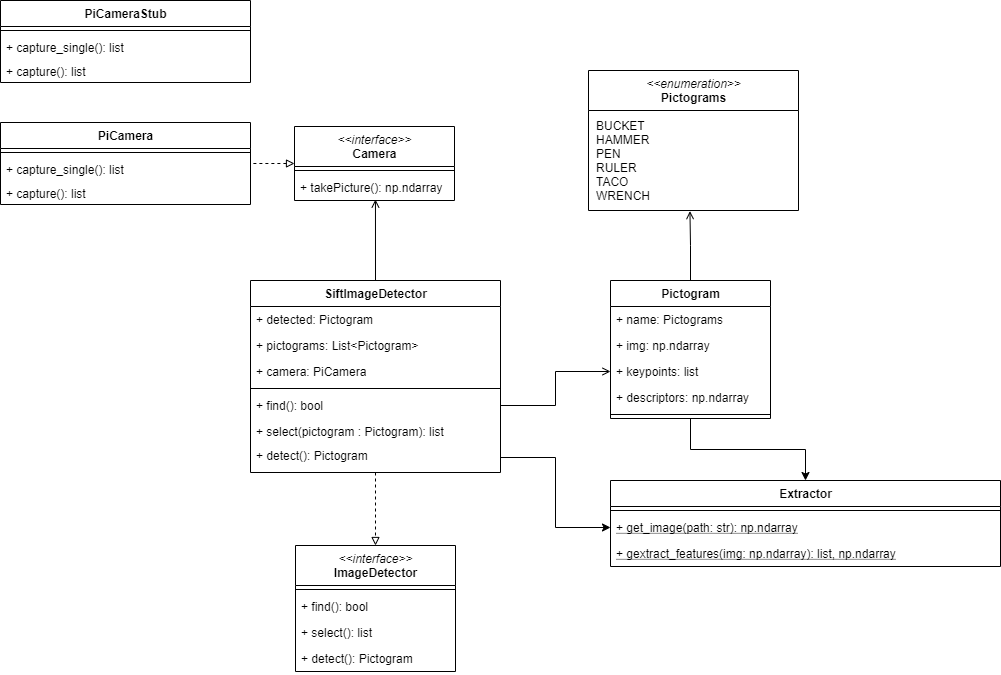
Before: img/softwarearchitektur/UML-FeatureMatchingImageDetector.png, a diagram exported from draw.io (randombenj/hslu-pren2-doc). Source tidied: cells renumbered, new cells last; positions are measured from the earlier drawing's top-left corner, leaving out a move shared by most shapes.
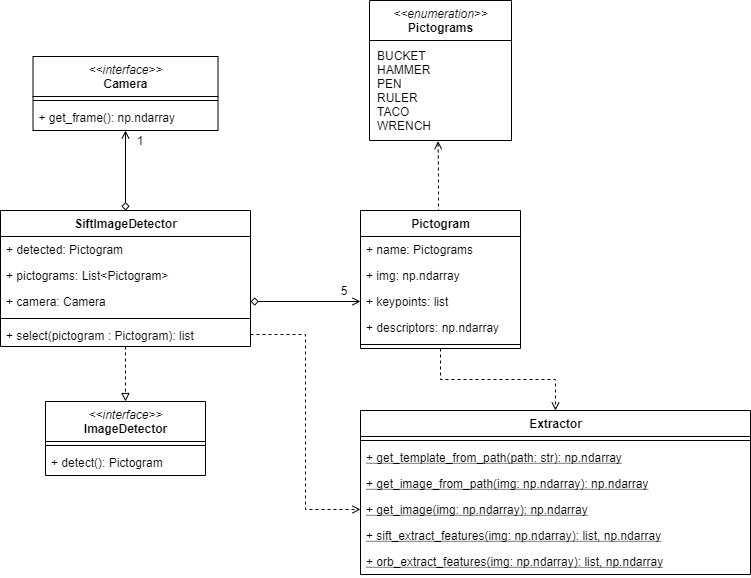
Above is the later version.

The edit, as a diff of the source:
```diff
@@ -3,40 +3,31 @@
     <mxCell id="0" />
     <mxCell id="1" parent="0" />
     <mxCell id="2" value="&amp;lt;&amp;lt;interface&amp;gt;&amp;gt;&lt;br&gt;&lt;span style=&quot;font-style: normal&quot;&gt;&lt;b&gt;ImageDetector&lt;/b&gt;&lt;/span&gt;" style="swimlane;fontStyle=2;align=center;verticalAlign=top;horizontal=1;startSize=40;html=1;" parent="1" vertex="1">
-      <mxGeometry x="295" y="545" width="160" height="126" as="geometry" />
+      <mxGeometry x="295" y="471" width="160" height="74" as="geometry" />
     </mxCell>
     <mxCell id="3" style="line;strokeWidth=1;fillColor=none;align=left;verticalAlign=middle;spacingTop=-1;spacingLeft=3;spacingRight=3;labelPosition=right;" parent="2" vertex="1">
       <mxGeometry y="40" width="160" height="8" as="geometry" />
     </mxCell>
-    <mxCell id="4" value="+ find(): bool" style="text;strokeColor=none;fillColor=none;align=left;verticalAlign=top;spacingLeft=4;spacingRight=4;overflow=hidden;" parent="2" vertex="1">
-      <mxGeometry y="48" width="160" height="26" as="geometry" />
-    </mxCell>
-    <mxCell id="5" value="+ select(): list" style="text;strokeColor=none;fillColor=none;align=left;verticalAlign=top;spacingLeft=4;spacingRight=4;overflow=hidden;" parent="2" vertex="1">
-      <mxGeometry y="74" width="160" height="26" as="geometry" />
-    </mxCell>
     <mxCell id="6" value="+ detect(): Pictogram" style="text;strokeColor=none;fillColor=none;align=left;verticalAlign=top;spacingLeft=4;spacingRight=4;overflow=hidden;" parent="2" vertex="1">
-      <mxGeometry y="100" width="160" height="26" as="geometry" />
+      <mxGeometry y="48" width="160" height="26" as="geometry" />
     </mxCell>
-    <mxCell id="7" style="edgeStyle=orthogonalEdgeStyle;rounded=0;jettySize=auto;html=1;exitX=0;exitY=0.5;exitDx=0;exitDy=0;dashed=1;startArrow=block;startFill=0;endArrow=none;endFill=0;" parent="1" edge="1" source="8" target="37">
-      <mxGeometry relative="1" as="geometry" />
-    </mxCell>
     <mxCell id="8" value="&amp;lt;&amp;lt;interface&amp;gt;&amp;gt;&lt;br&gt;&lt;span style=&quot;font-style: normal&quot;&gt;&lt;b&gt;Camera&lt;/b&gt;&lt;/span&gt;" style="swimlane;fontStyle=2;align=center;verticalAlign=top;horizontal=1;startSize=40;html=1;" parent="1" vertex="1">
-      <mxGeometry x="294" y="126" width="160" height="74" as="geometry" />
+      <mxGeometry x="282.5" y="126" width="185" height="74" as="geometry" />
     </mxCell>
     <mxCell id="9" style="line;strokeWidth=1;fillColor=none;align=left;verticalAlign=middle;spacingTop=-1;spacingLeft=3;spacingRight=3;labelPosition=right;" parent="8" vertex="1">
-      <mxGeometry y="40" width="160" height="8" as="geometry" />
+      <mxGeometry y="40" width="185" height="8" as="geometry" />
     </mxCell>
-    <mxCell id="10" value="+ takePicture(): np.ndarray" style="text;strokeColor=none;fillColor=none;align=left;verticalAlign=top;spacingLeft=4;spacingRight=4;overflow=hidden;points=[[0,0.5],[1,0.5]];portConstraint=eastwest;" parent="8" vertex="1">
-      <mxGeometry y="48" width="160" height="26" as="geometry" />
+    <mxCell id="10" value="+ get_frame(): np.ndarray" style="text;strokeColor=none;fillColor=none;align=left;verticalAlign=top;spacingLeft=4;spacingRight=4;overflow=hidden;points=[[0,0.5],[1,0.5]];portConstraint=eastwest;" parent="8" vertex="1">
+      <mxGeometry y="48" width="185" height="26" as="geometry" />
     </mxCell>
     <mxCell id="11" style="edgeStyle=orthogonalEdgeStyle;rounded=0;jettySize=auto;html=1;exitX=0.5;exitY=1;exitDx=0;exitDy=0;entryX=0.5;entryY=0;entryDx=0;entryDy=0;endArrow=block;endFill=0;dashed=1;" parent="1" edge="1" source="13" target="2">
       <mxGeometry relative="1" as="geometry" />
     </mxCell>
-    <mxCell id="12" style="edgeStyle=orthogonalEdgeStyle;rounded=0;jettySize=auto;html=1;exitX=0.5;exitY=0;exitDx=0;exitDy=0;entryX=0.506;entryY=0.962;entryDx=0;entryDy=0;entryPerimeter=0;endArrow=open;endFill=0;" parent="1" edge="1" source="13" target="10">
-      <mxGeometry relative="1" as="geometry" />
-    </mxCell>
+    <mxCell id="45" style="edgeStyle=orthogonalEdgeStyle;rounded=0;jettySize=auto;html=1;exitX=0.5;exitY=0;exitDx=0;exitDy=0;entryX=0.5;entryY=1;entryDx=0;entryDy=0;startArrow=diamond;startFill=0;endArrow=open;endFill=0;" parent="1" edge="1" source="13" target="8">
+      <mxGeometry relative="1" as="geometry" />
+    </mxCell>
     <mxCell id="13" value="SiftImageDetector" style="swimlane;fontStyle=1;align=center;verticalAlign=top;horizontal=1;startSize=26;html=1;" parent="1" vertex="1">
-      <mxGeometry x="250" y="280" width="250" height="192" as="geometry" />
+      <mxGeometry x="250" y="280" width="250" height="136" as="geometry" />
     </mxCell>
     <mxCell id="14" value="+ detected: Pictogram" style="text;strokeColor=none;fillColor=none;align=left;verticalAlign=top;spacingLeft=4;spacingRight=4;overflow=hidden;" parent="13" vertex="1">
       <mxGeometry y="26" width="250" height="26" as="geometry" />
@@ -44,25 +35,25 @@
     <mxCell id="15" value="+ pictograms: List&lt;Pictogram&gt;" style="text;strokeColor=none;fillColor=none;align=left;verticalAlign=top;spacingLeft=4;spacingRight=4;overflow=hidden;" parent="13" vertex="1">
       <mxGeometry y="52" width="250" height="26" as="geometry" />
     </mxCell>
-    <mxCell id="16" value="+ camera: PiCamera" style="text;strokeColor=none;fillColor=none;align=left;verticalAlign=top;spacingLeft=4;spacingRight=4;overflow=hidden;" parent="13" vertex="1">
+    <mxCell id="16" value="+ camera: Camera" style="text;strokeColor=none;fillColor=none;align=left;verticalAlign=top;spacingLeft=4;spacingRight=4;overflow=hidden;" parent="13" vertex="1">
       <mxGeometry y="78" width="250" height="26" as="geometry" />
     </mxCell>
     <mxCell id="17" style="line;strokeWidth=1;fillColor=none;align=left;verticalAlign=middle;spacingTop=-1;spacingLeft=3;spacingRight=3;labelPosition=right;" parent="13" vertex="1">
       <mxGeometry y="104" width="250" height="8" as="geometry" />
     </mxCell>
-    <mxCell id="18" value="+ find(): bool" style="text;strokeColor=none;fillColor=none;align=left;verticalAlign=top;spacingLeft=4;spacingRight=4;overflow=hidden;points=[[0,0.5],[1,0.5]];portConstraint=eastwest;" parent="13" vertex="1">
-      <mxGeometry y="112" width="250" height="26" as="geometry" />
-    </mxCell>
     <mxCell id="19" value="+ select(pictogram : Pictogram): list" style="text;strokeColor=none;fillColor=none;align=left;verticalAlign=top;spacingLeft=4;spacingRight=4;overflow=hidden;points=[[0,0.5],[1,0.5]];portConstraint=eastwest;" parent="13" vertex="1">
-      <mxGeometry y="138" width="250" height="24" as="geometry" />
+      <mxGeometry y="112" width="250" height="24" as="geometry" />
     </mxCell>
-    <mxCell id="20" value="+ detect(): Pictogram" style="text;strokeColor=none;fillColor=none;align=left;verticalAlign=top;spacingLeft=4;spacingRight=4;overflow=hidden;points=[[0,0.5],[1,0.5]];portConstraint=eastwest;" parent="13" vertex="1">
-      <mxGeometry y="162" width="250" height="30" as="geometry" />
-    </mxCell>
-    <mxCell id="21" style="edgeStyle=orthogonalEdgeStyle;rounded=0;jettySize=auto;html=1;exitX=0.5;exitY=0;exitDx=0;exitDy=0;entryX=0.483;entryY=1.006;entryDx=0;entryDy=0;entryPerimeter=0;endArrow=open;endFill=0;" parent="1" edge="1" source="23" target="30">
-      <mxGeometry relative="1" as="geometry" />
+    <mxCell id="21" style="edgeStyle=orthogonalEdgeStyle;rounded=0;jettySize=auto;html=1;exitX=0.5;exitY=0;exitDx=0;exitDy=0;entryX=0.483;entryY=1.006;entryDx=0;entryDy=0;entryPerimeter=0;endArrow=open;endFill=0;dashed=1;" parent="1" edge="1" source="23" target="30">
+      <mxGeometry relative="1" as="geometry">
+        <Array as="points">
+          <mxPoint x="688" y="280" />
+          <mxPoint x="688" y="245" />
+          <mxPoint x="688" y="245" />
+        </Array>
+      </mxGeometry>
     </mxCell>
-    <mxCell id="22" style="edgeStyle=orthogonalEdgeStyle;rounded=0;jettySize=auto;html=1;exitX=0.5;exitY=1;exitDx=0;exitDy=0;entryX=0.5;entryY=0;entryDx=0;entryDy=0;" parent="1" edge="1" source="23" target="32">
+    <mxCell id="22" style="edgeStyle=orthogonalEdgeStyle;rounded=0;jettySize=auto;html=1;exitX=0.5;exitY=1;exitDx=0;exitDy=0;entryX=0.5;entryY=0;entryDx=0;entryDy=0;dashed=1;endArrow=open;endFill=0;" parent="1" edge="1" source="23" target="32">
       <mxGeometry relative="1" as="geometry" />
     </mxCell>
     <mxCell id="23" value="Pictogram" style="swimlane;fontStyle=1;align=center;verticalAlign=top;horizontal=1;startSize=26;html=1;" parent="1" vertex="1">
@@ -84,52 +75,45 @@
       <mxGeometry y="130" width="160" height="8" as="geometry" />
     </mxCell>
     <mxCell id="29" value="&lt;i style=&quot;font-weight: normal&quot;&gt;&amp;lt;&amp;lt;enumeration&amp;gt;&amp;gt;&lt;br&gt;&lt;/i&gt;Pictograms" style="swimlane;fontStyle=1;align=center;verticalAlign=top;horizontal=1;startSize=40;html=1;" parent="1" vertex="1">
-      <mxGeometry x="588" y="70" width="210" height="140" as="geometry" />
+      <mxGeometry x="619" y="70" width="142" height="140" as="geometry" />
     </mxCell>
     <mxCell id="30" value="BUCKET&#10;HAMMER&#10;PEN&#10;RULER&#10;TACO&#10;WRENCH" style="text;strokeColor=none;fillColor=none;align=left;verticalAlign=top;spacingLeft=4;spacingRight=4;overflow=hidden;points=[[0,0.5],[1,0.5]];portConstraint=eastwest;spacingTop=0;spacingBottom=0;spacing=4;" parent="29" vertex="1">
-      <mxGeometry y="40" width="210" height="100" as="geometry" />
+      <mxGeometry y="40" width="142" height="100" as="geometry" />
     </mxCell>
-    <mxCell id="31" style="edgeStyle=orthogonalEdgeStyle;rounded=0;jettySize=auto;html=1;exitX=1;exitY=0.5;exitDx=0;exitDy=0;entryX=0;entryY=0.5;entryDx=0;entryDy=0;endArrow=open;endFill=0;" parent="1" edge="1" source="18" target="26">
-      <mxGeometry relative="1" as="geometry" />
+    <mxCell id="31" style="edgeStyle=orthogonalEdgeStyle;rounded=0;jettySize=auto;html=1;entryX=0;entryY=0.5;entryDx=0;entryDy=0;endArrow=open;endFill=0;startArrow=diamond;startFill=0;" parent="1" edge="1" target="26">
+      <mxGeometry relative="1" as="geometry">
+        <mxPoint x="500" y="371" as="sourcePoint" />
+      </mxGeometry>
     </mxCell>
     <mxCell id="32" value="Extractor" style="swimlane;fontStyle=1;align=center;verticalAlign=top;horizontal=1;startSize=26;html=1;" parent="1" vertex="1">
-      <mxGeometry x="610" y="480" width="390" height="86" as="geometry" />
+      <mxGeometry x="610" y="480" width="390" height="164" as="geometry" />
     </mxCell>
     <mxCell id="33" style="line;strokeWidth=1;fillColor=none;align=left;verticalAlign=middle;spacingTop=-1;spacingLeft=3;spacingRight=3;labelPosition=right;" parent="32" vertex="1">
       <mxGeometry y="26" width="390" height="8" as="geometry" />
     </mxCell>
-    <mxCell id="34" value="+ get_image(path: str): np.ndarray&#10;" style="text;strokeColor=none;fillColor=none;align=left;verticalAlign=top;spacingLeft=4;spacingRight=4;overflow=hidden;points=[[0,0.5],[1,0.5]];portConstraint=eastwest;fontStyle=4;" parent="32" vertex="1">
+    <mxCell id="34" value="+ get_template_from_path(path: str): np.ndarray&#10;" style="text;strokeColor=none;fillColor=none;align=left;verticalAlign=top;spacingLeft=4;spacingRight=4;overflow=hidden;points=[[0,0.5],[1,0.5]];portConstraint=eastwest;fontStyle=4;" parent="32" vertex="1">
       <mxGeometry y="34" width="390" height="26" as="geometry" />
     </mxCell>
-    <mxCell id="35" value="+ gextract_features(img: np.ndarray): list, np.ndarray&#10;" style="text;strokeColor=none;fillColor=none;align=left;verticalAlign=top;spacingLeft=4;spacingRight=4;overflow=hidden;fontStyle=4;" parent="32" vertex="1">
+    <mxCell id="35" value="+ get_image_from_path(img: np.ndarray): np.ndarray&#10;" style="text;strokeColor=none;fillColor=none;align=left;verticalAlign=top;spacingLeft=4;spacingRight=4;overflow=hidden;fontStyle=4;" parent="32" vertex="1">
       <mxGeometry y="60" width="390" height="26" as="geometry" />
     </mxCell>
-    <mxCell id="36" style="edgeStyle=orthogonalEdgeStyle;rounded=0;jettySize=auto;html=1;exitX=1;exitY=0.5;exitDx=0;exitDy=0;entryX=0;entryY=0.5;entryDx=0;entryDy=0;" parent="1" edge="1" source="20" target="34">
-      <mxGeometry relative="1" as="geometry" />
-    </mxCell>
-    <mxCell id="37" value="PiCamera" style="swimlane;fontStyle=1;align=center;verticalAlign=top;horizontal=1;startSize=26;html=1;" parent="1" vertex="1">
-      <mxGeometry y="122" width="250" height="82" as="geometry" />
-    </mxCell>
-    <mxCell id="38" style="line;strokeWidth=1;fillColor=none;align=left;verticalAlign=middle;spacingTop=-1;spacingLeft=3;spacingRight=3;labelPosition=right;" parent="37" vertex="1">
-      <mxGeometry y="26" width="250" height="8" as="geometry" />
-    </mxCell>
-    <mxCell id="39" value="+ capture_single(): list" style="text;strokeColor=none;fillColor=none;align=left;verticalAlign=top;spacingLeft=4;spacingRight=4;overflow=hidden;" parent="37" vertex="1">
-      <mxGeometry y="34" width="250" height="24" as="geometry" />
-    </mxCell>
-    <mxCell id="40" value="+ capture(): list" style="text;strokeColor=none;fillColor=none;align=left;verticalAlign=top;spacingLeft=4;spacingRight=4;overflow=hidden;" parent="37" vertex="1">
-      <mxGeometry y="58" width="250" height="24" as="geometry" />
-    </mxCell>
-    <mxCell id="41" value="PiCameraStub" style="swimlane;fontStyle=1;align=center;verticalAlign=top;horizontal=1;startSize=26;html=1;" parent="1" vertex="1">
-      <mxGeometry width="250" height="82" as="geometry" />
-    </mxCell>
-    <mxCell id="42" style="line;strokeWidth=1;fillColor=none;align=left;verticalAlign=middle;spacingTop=-1;spacingLeft=3;spacingRight=3;labelPosition=right;" parent="41" vertex="1">
-      <mxGeometry y="26" width="250" height="8" as="geometry" />
-    </mxCell>
-    <mxCell id="43" value="+ capture_single(): list" style="text;strokeColor=none;fillColor=none;align=left;verticalAlign=top;spacingLeft=4;spacingRight=4;overflow=hidden;" parent="41" vertex="1">
-      <mxGeometry y="34" width="250" height="24" as="geometry" />
-    </mxCell>
-    <mxCell id="44" value="+ capture(): list" style="text;strokeColor=none;fillColor=none;align=left;verticalAlign=top;spacingLeft=4;spacingRight=4;overflow=hidden;" parent="41" vertex="1">
-      <mxGeometry y="58" width="250" height="24" as="geometry" />
-    </mxCell>
+    <mxCell id="46" value="+ get_image(img: np.ndarray): np.ndarray&#10;" style="text;strokeColor=none;fillColor=none;align=left;verticalAlign=top;spacingLeft=4;spacingRight=4;overflow=hidden;points=[[0,0.5],[1,0.5]];portConstraint=eastwest;fontStyle=4;" parent="32" vertex="1">
+      <mxGeometry y="86" width="390" height="26" as="geometry" />
+    </mxCell>
+    <mxCell id="47" value="+ sift_extract_features(img: np.ndarray): list, np.ndarray&#10;" style="text;strokeColor=none;fillColor=none;align=left;verticalAlign=top;spacingLeft=4;spacingRight=4;overflow=hidden;fontStyle=4;" parent="32" vertex="1">
+      <mxGeometry y="112" width="390" height="26" as="geometry" />
+    </mxCell>
+    <mxCell id="48" value="+ orb_extract_features(img: np.ndarray): list, np.ndarray&#10;" style="text;strokeColor=none;fillColor=none;align=left;verticalAlign=top;spacingLeft=4;spacingRight=4;overflow=hidden;fontStyle=4;" parent="32" vertex="1">
+      <mxGeometry y="138" width="390" height="26" as="geometry" />
+    </mxCell>
+    <mxCell id="49" value="5" style="text;html=1;strokeColor=none;fillColor=none;align=center;verticalAlign=middle;whiteSpace=wrap;rounded=0;" parent="1" vertex="1">
+      <mxGeometry x="588" y="350" width="12" height="20" as="geometry" />
+    </mxCell>
+    <mxCell id="50" value="1" style="text;html=1;strokeColor=none;fillColor=none;align=center;verticalAlign=middle;whiteSpace=wrap;rounded=0;" parent="1" vertex="1">
+      <mxGeometry x="384" y="200" width="12" height="20" as="geometry" />
+    </mxCell>
+    <mxCell id="51" style="edgeStyle=orthogonalEdgeStyle;rounded=0;jettySize=auto;html=1;exitX=1;exitY=0.5;exitDx=0;exitDy=0;entryX=0;entryY=0.5;entryDx=0;entryDy=0;startArrow=none;startFill=0;endArrow=open;endFill=0;dashed=1;" parent="1" edge="1" source="19" target="46">
+      <mxGeometry relative="1" as="geometry" />
+    </mxCell>
   </root>
 </mxGraphModel>
```
